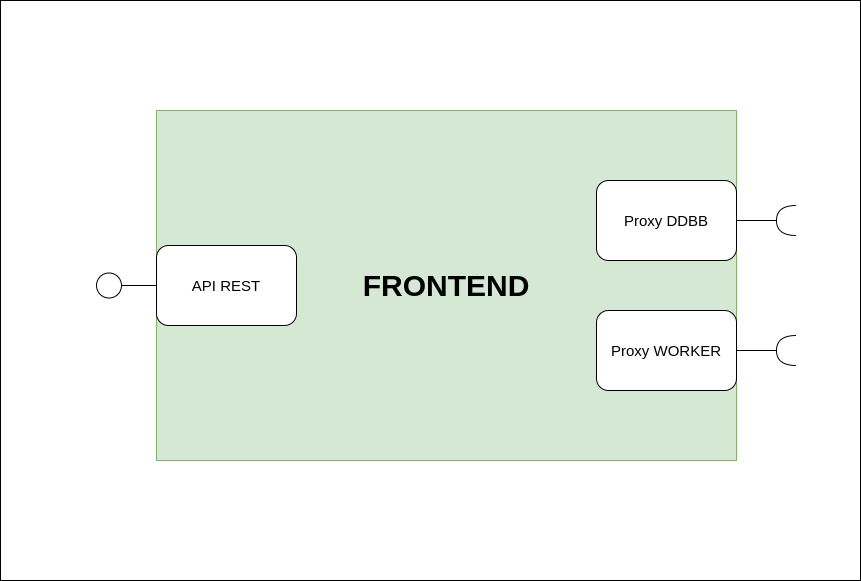
Above: imagenes/frontend_comp.png in Alvaroms98/CloudComputing_PushPull (draw.io), before the change. Source tidied: cells renumbered, new cells last; positions are measured from the earlier drawing's top-left corner, leaving out a move shared by most shapes.
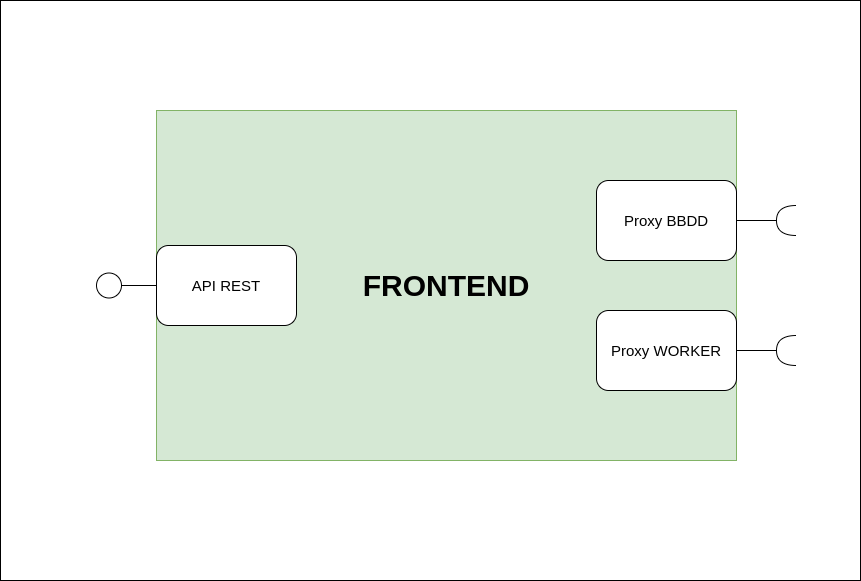
The same diagram one commit later.

What changed in the source:
```diff
@@ -8,7 +8,7 @@
     <mxCell id="3" value="FRONTEND" style="rounded=0;whiteSpace=wrap;html=1;fillColor=#d5e8d4;strokeColor=#82b366;fontSize=30;fontStyle=1;" parent="1" vertex="1">
       <mxGeometry x="156" y="110" width="580" height="350" as="geometry" />
     </mxCell>
-    <mxCell id="4" value="&lt;font style=&quot;font-size: 15px;&quot;&gt;Proxy DDBB&lt;/font&gt;" style="rounded=1;whiteSpace=wrap;html=1;fontSize=15;" parent="1" vertex="1">
+    <mxCell id="4" value="&lt;font style=&quot;font-size: 15px&quot;&gt;Proxy BBDD&lt;/font&gt;" style="rounded=1;whiteSpace=wrap;html=1;fontSize=15;" parent="1" vertex="1">
       <mxGeometry x="596" y="180" width="140" height="80" as="geometry" />
     </mxCell>
     <mxCell id="5" style="edgeStyle=orthogonalEdgeStyle;rounded=0;jettySize=auto;html=1;entryX=1;entryY=0.5;entryDx=0;entryDy=0;fontSize=15;endArrow=none;endFill=0;" parent="1" edge="1" source="6" target="8">
```
